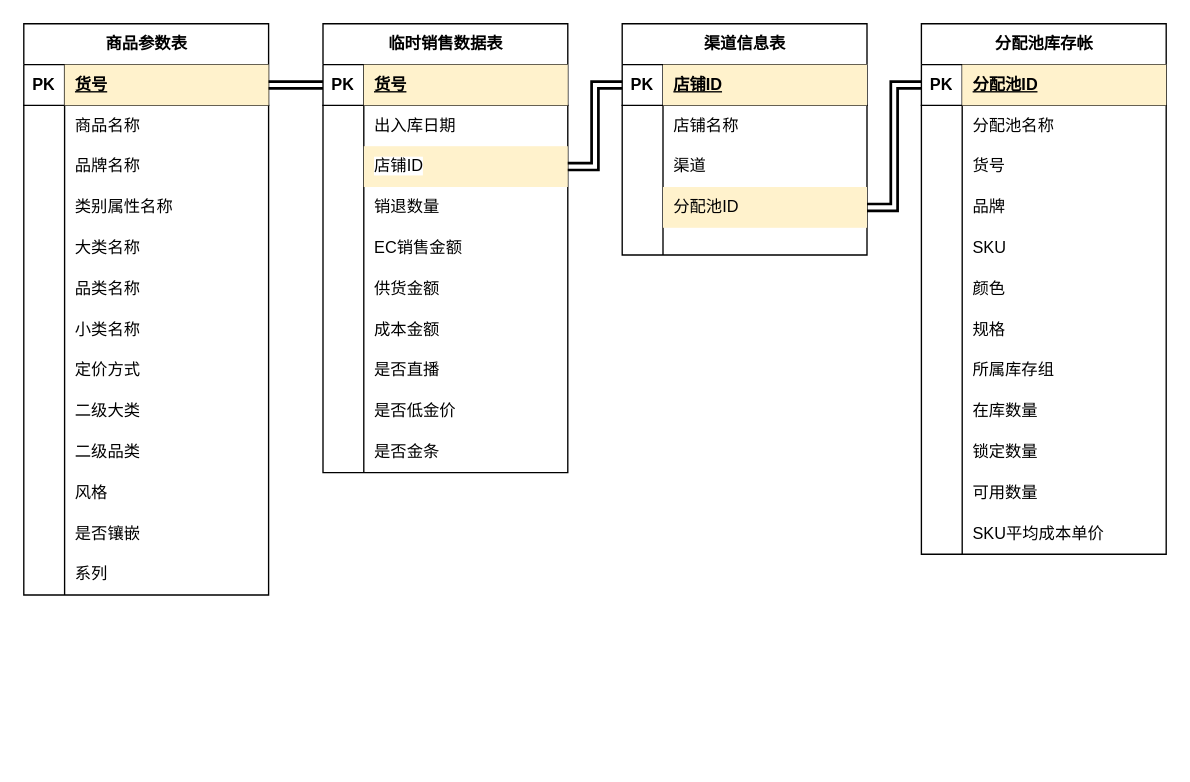
Earlier version of the draw.io diagram 销售库存模型.drawio (1096372647/my-project). Source tidied: cells renumbered, new cells numbered last; positions are measured from the earlier drawing's top-left corner, leaving out a move shared by most shapes. Both pictures are drawn from the tidied source at 136%, with x=0, y=0 at pixel (23, 23).
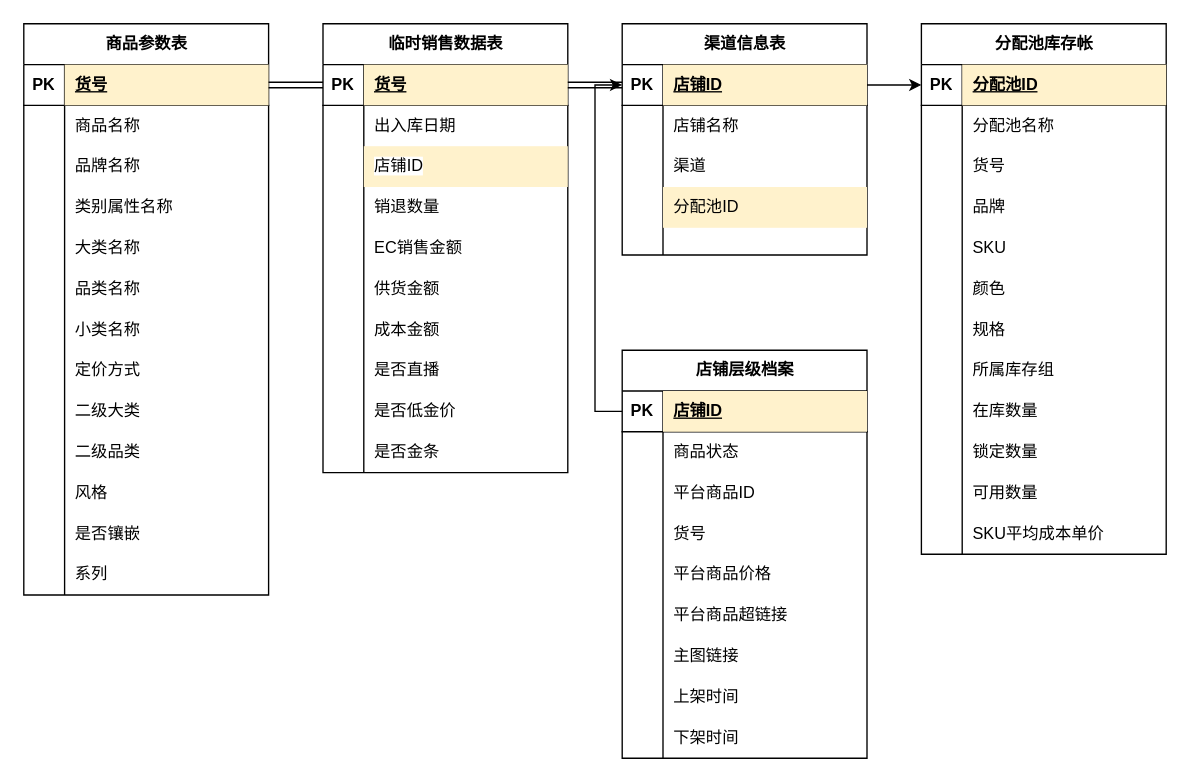
Above is the later version.

Commit message:
更新销售库存模型.drawio

Unchanged cells that the change refers to:
```xml
<mxCell id="3" style="shape=tableRow;horizontal=0;startSize=0;swimlaneHead=0;swimlaneBody=0;fillColor=none;points=[[0,0.5],[1,0.5]];portConstraint=eastwest;top=0;left=0;right=0;bottom=1;" parent="2" vertex="1">
  <mxGeometry y="30" width="180" height="30" as="geometry" />
</mxCell>
<mxCell id="9" style="shape=tableRow;horizontal=0;startSize=0;swimlaneHead=0;swimlaneBody=0;fillColor=none;points=[[0,0.5],[1,0.5]];portConstraint=eastwest;top=0;left=0;right=0;bottom=0;" parent="2" vertex="1">
  <mxGeometry y="90" width="180" height="30" as="geometry" />
</mxCell>
<mxCell id="34" style="shape=tableRow;horizontal=0;startSize=0;swimlaneHead=0;swimlaneBody=0;fillColor=none;points=[[0,0.5],[1,0.5]];portConstraint=eastwest;top=0;left=0;right=0;bottom=1;" parent="33" vertex="1">
  <mxGeometry y="30" width="180" height="30" as="geometry" />
</mxCell>
<mxCell id="71" style="shape=tableRow;horizontal=0;startSize=0;swimlaneHead=0;swimlaneBody=0;fillColor=none;points=[[0,0.5],[1,0.5]];portConstraint=eastwest;top=0;left=0;right=0;bottom=1;" parent="70" vertex="1">
  <mxGeometry y="30" width="180" height="30" as="geometry" />
</mxCell>
<mxCell id="80" style="shape=tableRow;horizontal=0;startSize=0;swimlaneHead=0;swimlaneBody=0;fillColor=none;points=[[0,0.5],[1,0.5]];portConstraint=eastwest;top=0;left=0;right=0;bottom=0;" parent="70" vertex="1">
  <mxGeometry y="120" width="180" height="30" as="geometry" />
</mxCell>
<mxCell id="86" value="商品参数表" style="shape=table;startSize=30;childLayout=tableLayout;rowLines=0;fontStyle=1;align=center;html=1;" parent="1" vertex="1">
  <mxGeometry width="180" height="420" as="geometry" />
</mxCell>
<mxCell id="87" style="shape=tableRow;horizontal=0;startSize=0;swimlaneHead=0;swimlaneBody=0;fillColor=none;points=[[0,0.5],[1,0.5]];portConstraint=eastwest;top=0;left=0;right=0;bottom=1;" parent="86" vertex="1">
  <mxGeometry y="30" width="180" height="30" as="geometry" />
</mxCell>
```

Change to the diagram source:
```diff
@@
-    <mxCell id="126" style="edgeStyle=orthogonalEdgeStyle;rounded=0;jettySize=auto;html=1;strokeWidth=2;shape=link;" parent="1" edge="1" source="71" target="9">
-      <mxGeometry relative="1" as="geometry" />
-    </mxCell>
+    <mxCell id="129" style="edgeStyle=orthogonalEdgeStyle;rounded=0;orthogonalLoop=1;jettySize=auto;html=1;exitX=1;exitY=0.5;exitDx=0;exitDy=0;entryX=1;entryY=0.5;entryDx=0;entryDy=0;" parent="86" edge="1" source="87" target="87">
+      <mxGeometry relative="1" as="geometry" />
+    </mxCell>
+    <mxCell id="130" value="店铺层级档案" style="shape=table;startSize=30;childLayout=tableLayout;rowLines=0;fontStyle=1;align=center;html=1;" parent="1" vertex="1">
+      <mxGeometry x="440" y="240" width="180" height="300" as="geometry" />
+    </mxCell>
+    <mxCell id="131" style="shape=tableRow;horizontal=0;startSize=0;swimlaneHead=0;swimlaneBody=0;fillColor=none;points=[[0,0.5],[1,0.5]];portConstraint=eastwest;top=0;left=0;right=0;bottom=1;" parent="130" vertex="1">
+      <mxGeometry y="30" width="180" height="30" as="geometry" />
+    </mxCell>
+    <mxCell id="132" value="PK" style="shape=partialRectangle;fillColor=none;top=0;left=0;bottom=0;right=0;fontStyle=1;overflow=hidden;whiteSpace=wrap;html=1;" parent="131" vertex="1">
+      <mxGeometry width="30" height="30" as="geometry" />
+    </mxCell>
+    <mxCell id="133" value="店铺ID" style="shape=partialRectangle;fillColor=#fff2cc;top=0;left=0;bottom=0;right=0;align=left;spacingLeft=6;fontStyle=5;overflow=hidden;whiteSpace=wrap;html=1;strokeColor=#d6b656;" parent="131" vertex="1">
+      <mxGeometry x="30" width="150" height="30" as="geometry" />
+    </mxCell>
+    <mxCell id="134" style="shape=tableRow;horizontal=0;startSize=0;swimlaneHead=0;swimlaneBody=0;fillColor=none;top=0;left=0;right=0;bottom=0;" parent="130" vertex="1">
+      <mxGeometry y="60" width="180" height="30" as="geometry" />
+    </mxCell>
+    <mxCell id="135" style="shape=partialRectangle;fillColor=none;top=0;left=0;bottom=0;right=0;overflow=hidden;whiteSpace=wrap;html=1;" parent="134" vertex="1">
+      <mxGeometry width="30" height="30" as="geometry" />
+    </mxCell>
+    <mxCell id="136" value="商品状态" style="shape=partialRectangle;fillColor=none;top=0;left=0;bottom=0;right=0;align=left;spacingLeft=6;overflow=hidden;whiteSpace=wrap;html=1;" parent="134" vertex="1">
+      <mxGeometry x="30" width="150" height="30" as="geometry" />
+    </mxCell>
+    <mxCell id="137" style="shape=tableRow;horizontal=0;startSize=0;swimlaneHead=0;swimlaneBody=0;fillColor=none;top=0;left=0;right=0;bottom=0;" parent="130" vertex="1">
+      <mxGeometry y="90" width="180" height="30" as="geometry" />
+    </mxCell>
+    <mxCell id="138" style="shape=partialRectangle;fillColor=none;top=0;left=0;bottom=0;right=0;overflow=hidden;whiteSpace=wrap;html=1;" parent="137" vertex="1">
+      <mxGeometry width="30" height="30" as="geometry" />
+    </mxCell>
+    <mxCell id="139" value="平台商品ID" style="shape=partialRectangle;fillColor=none;top=0;left=0;bottom=0;right=0;align=left;spacingLeft=6;overflow=hidden;whiteSpace=wrap;html=1;" parent="137" vertex="1">
+      <mxGeometry x="30" width="150" height="30" as="geometry" />
+    </mxCell>
+    <mxCell id="140" style="shape=tableRow;horizontal=0;startSize=0;swimlaneHead=0;swimlaneBody=0;fillColor=none;top=0;left=0;right=0;bottom=0;" parent="130" vertex="1">
+      <mxGeometry y="120" width="180" height="30" as="geometry" />
+    </mxCell>
+    <mxCell id="141" style="shape=partialRectangle;fillColor=none;top=0;left=0;bottom=0;right=0;overflow=hidden;whiteSpace=wrap;html=1;" parent="140" vertex="1">
+      <mxGeometry width="30" height="30" as="geometry" />
+    </mxCell>
+    <mxCell id="142" value="货号" style="shape=partialRectangle;fillColor=none;top=0;left=0;bottom=0;right=0;align=left;spacingLeft=6;overflow=hidden;whiteSpace=wrap;html=1;" parent="140" vertex="1">
+      <mxGeometry x="30" width="150" height="30" as="geometry" />
+    </mxCell>
+    <mxCell id="143" style="shape=tableRow;horizontal=0;startSize=0;swimlaneHead=0;swimlaneBody=0;fillColor=none;top=0;left=0;right=0;bottom=0;" parent="130" vertex="1">
+      <mxGeometry y="150" width="180" height="30" as="geometry" />
+    </mxCell>
+    <mxCell id="144" style="shape=partialRectangle;fillColor=none;top=0;left=0;bottom=0;right=0;overflow=hidden;whiteSpace=wrap;html=1;" parent="143" vertex="1">
+      <mxGeometry width="30" height="30" as="geometry" />
+    </mxCell>
+    <mxCell id="145" value="平台商品价格" style="shape=partialRectangle;fillColor=none;top=0;left=0;bottom=0;right=0;align=left;spacingLeft=6;overflow=hidden;whiteSpace=wrap;html=1;" parent="143" vertex="1">
+      <mxGeometry x="30" width="150" height="30" as="geometry" />
+    </mxCell>
+    <mxCell id="146" style="shape=tableRow;horizontal=0;startSize=0;swimlaneHead=0;swimlaneBody=0;fillColor=none;top=0;left=0;right=0;bottom=0;" parent="130" vertex="1">
+      <mxGeometry y="180" width="180" height="30" as="geometry" />
+    </mxCell>
+    <mxCell id="147" style="shape=partialRectangle;fillColor=none;top=0;left=0;bottom=0;right=0;overflow=hidden;whiteSpace=wrap;html=1;" parent="146" vertex="1">
+      <mxGeometry width="30" height="30" as="geometry" />
+    </mxCell>
+    <mxCell id="148" value="平台商品超链接" style="shape=partialRectangle;fillColor=none;top=0;left=0;bottom=0;right=0;align=left;spacingLeft=6;overflow=hidden;whiteSpace=wrap;html=1;" parent="146" vertex="1">
+      <mxGeometry x="30" width="150" height="30" as="geometry" />
+    </mxCell>
+    <mxCell id="149" style="shape=tableRow;horizontal=0;startSize=0;swimlaneHead=0;swimlaneBody=0;fillColor=none;top=0;left=0;right=0;bottom=0;" parent="130" vertex="1">
+      <mxGeometry y="210" width="180" height="30" as="geometry" />
+    </mxCell>
+    <mxCell id="150" style="shape=partialRectangle;fillColor=none;top=0;left=0;bottom=0;right=0;overflow=hidden;whiteSpace=wrap;html=1;" parent="149" vertex="1">
+      <mxGeometry width="30" height="30" as="geometry" />
+    </mxCell>
+    <mxCell id="151" value="主图链接" style="shape=partialRectangle;fillColor=none;top=0;left=0;bottom=0;right=0;align=left;spacingLeft=6;overflow=hidden;whiteSpace=wrap;html=1;" parent="149" vertex="1">
+      <mxGeometry x="30" width="150" height="30" as="geometry" />
+    </mxCell>
+    <mxCell id="152" style="shape=tableRow;horizontal=0;startSize=0;swimlaneHead=0;swimlaneBody=0;fillColor=none;top=0;left=0;right=0;bottom=0;" parent="130" vertex="1">
+      <mxGeometry y="240" width="180" height="30" as="geometry" />
+    </mxCell>
+    <mxCell id="153" style="shape=partialRectangle;fillColor=none;top=0;left=0;bottom=0;right=0;overflow=hidden;whiteSpace=wrap;html=1;" parent="152" vertex="1">
+      <mxGeometry width="30" height="30" as="geometry" />
+    </mxCell>
+    <mxCell id="154" value="上架时间" style="shape=partialRectangle;fillColor=none;top=0;left=0;bottom=0;right=0;align=left;spacingLeft=6;overflow=hidden;whiteSpace=wrap;html=1;" parent="152" vertex="1">
+      <mxGeometry x="30" width="150" height="30" as="geometry" />
+    </mxCell>
+    <mxCell id="155" style="shape=tableRow;horizontal=0;startSize=0;swimlaneHead=0;swimlaneBody=0;fillColor=none;top=0;left=0;right=0;bottom=0;" parent="130" vertex="1">
+      <mxGeometry y="270" width="180" height="30" as="geometry" />
+    </mxCell>
+    <mxCell id="156" style="shape=partialRectangle;fillColor=none;top=0;left=0;bottom=0;right=0;overflow=hidden;whiteSpace=wrap;html=1;" parent="155" vertex="1">
+      <mxGeometry width="30" height="30" as="geometry" />
+    </mxCell>
+    <mxCell id="157" value="下架时间" style="shape=partialRectangle;fillColor=none;top=0;left=0;bottom=0;right=0;align=left;spacingLeft=6;overflow=hidden;whiteSpace=wrap;html=1;" parent="155" vertex="1">
+      <mxGeometry x="30" width="150" height="30" as="geometry" />
+    </mxCell>
+    <mxCell id="158" style="rounded=0;jettySize=auto;html=1;exitX=0;exitY=0.5;exitDx=0;exitDy=0;entryX=0;entryY=0.5;entryDx=0;entryDy=0;edgeStyle=orthogonalEdgeStyle;" parent="1" edge="1" source="131" target="71">
+      <mxGeometry relative="1" as="geometry" />
+    </mxCell>
-    <mxCell id="127" style="edgeStyle=orthogonalEdgeStyle;rounded=0;jettySize=auto;html=1;strokeWidth=2;shape=link;" parent="1" edge="1" source="87" target="3">
+    <mxCell id="127" style="edgeStyle=orthogonalEdgeStyle;rounded=0;jettySize=auto;html=1;exitX=1;exitY=0.5;exitDx=0;exitDy=0;entryX=0;entryY=0.5;entryDx=0;entryDy=0;shape=link;" parent="1" edge="1" source="87" target="3">
       <mxGeometry relative="1" as="geometry" />
     </mxCell>
-    <mxCell id="128" style="edgeStyle=orthogonalEdgeStyle;rounded=0;jettySize=auto;html=1;entryX=0;entryY=0.5;entryDx=0;entryDy=0;strokeWidth=2;shape=link;" parent="1" edge="1" source="80" target="34">
-      <mxGeometry relative="1" as="geometry" />
-    </mxCell>
+    <mxCell id="159" style="edgeStyle=orthogonalEdgeStyle;rounded=0;jettySize=auto;html=1;exitX=1;exitY=0.5;exitDx=0;exitDy=0;shape=link;" parent="1" edge="1" source="3">
+      <mxGeometry relative="1" as="geometry">
+        <mxPoint x="440" y="45" as="targetPoint" />
+      </mxGeometry>
+    </mxCell>
+    <mxCell id="160" style="edgeStyle=orthogonalEdgeStyle;rounded=0;jettySize=auto;html=1;exitX=1;exitY=0.5;exitDx=0;exitDy=0;" parent="1" edge="1" source="71" target="34">
+      <mxGeometry relative="1" as="geometry" />
+    </mxCell>
```
